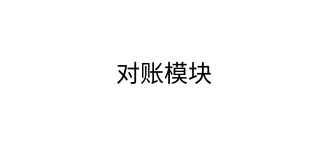
Earlier version of the draw.io diagram 一站付平台/设计流程/对账模块.drawio (zhangwenhuad/visio). Source tidied: cells renumbered, new cells numbered last; positions are measured from the earlier drawing's top-left corner, leaving out a move shared by most shapes. Both pictures are drawn from the tidied source at 200%, with x=0, y=0 at pixel (34, 34).
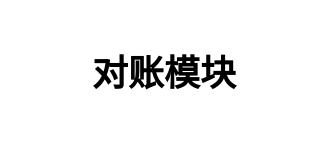
The same page after the edit.

What changed in the source:
```diff
@@
 <mxGraphModel>
   <root>
     <mxCell id="0" />
     <mxCell id="1" parent="0" />
-    <mxCell id="2" value="对账模块" style="text;html=1;strokeColor=none;fillColor=none;align=center;verticalAlign=middle;whiteSpace=wrap;rounded=0;" parent="1" vertex="1">
+    <mxCell id="2" value="&lt;b&gt;&lt;font style=&quot;font-size: 18px&quot;&gt;对账模块&lt;/font&gt;&lt;/b&gt;" style="text;html=1;strokeColor=none;fillColor=none;align=center;verticalAlign=middle;whiteSpace=wrap;rounded=0;" parent="1" vertex="1">
       <mxGeometry width="130" height="40" as="geometry" />
     </mxCell>
   </root>
 </mxGraphModel>
```
